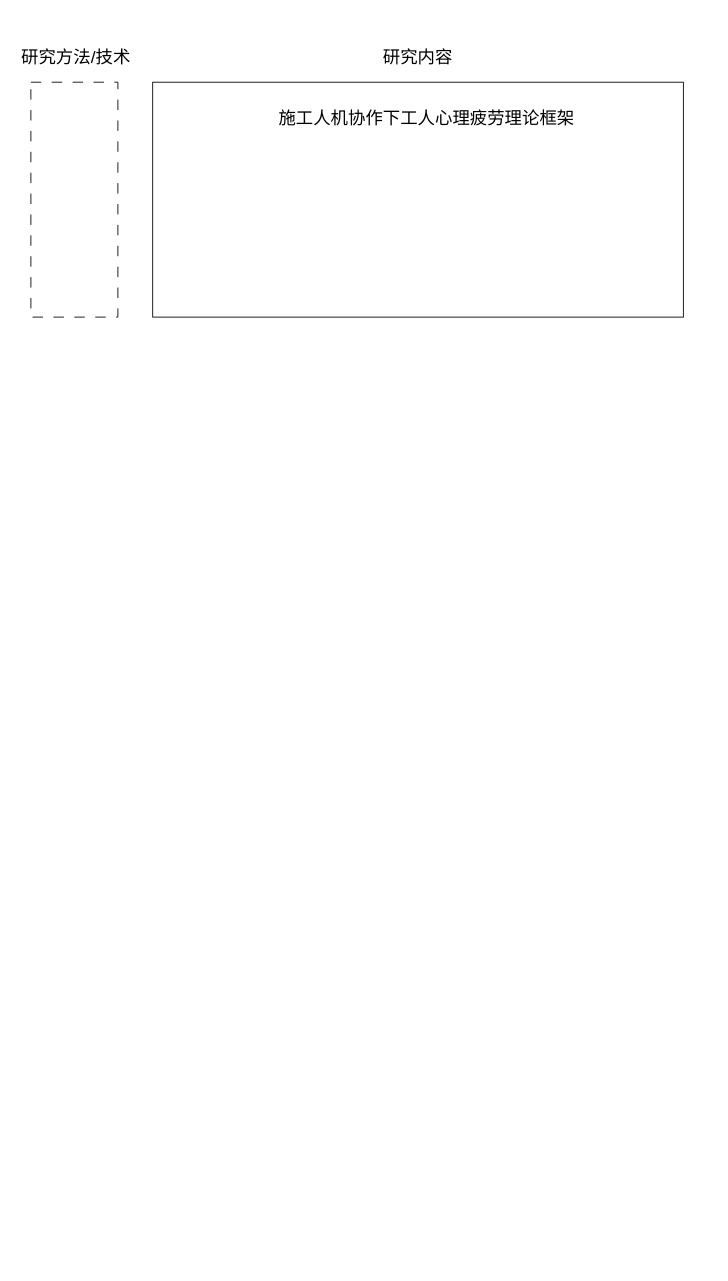
Above: 未命名绘图.drawio in Jxx5525/draw (draw.io), before the change. Source tidied: cells renumbered, new cells numbered last; positions are measured from the earlier drawing's top-left corner, leaving out a move shared by most shapes. Both pictures are drawn from the tidied source at 87%, with x=0, y=0 at pixel (15, 30).
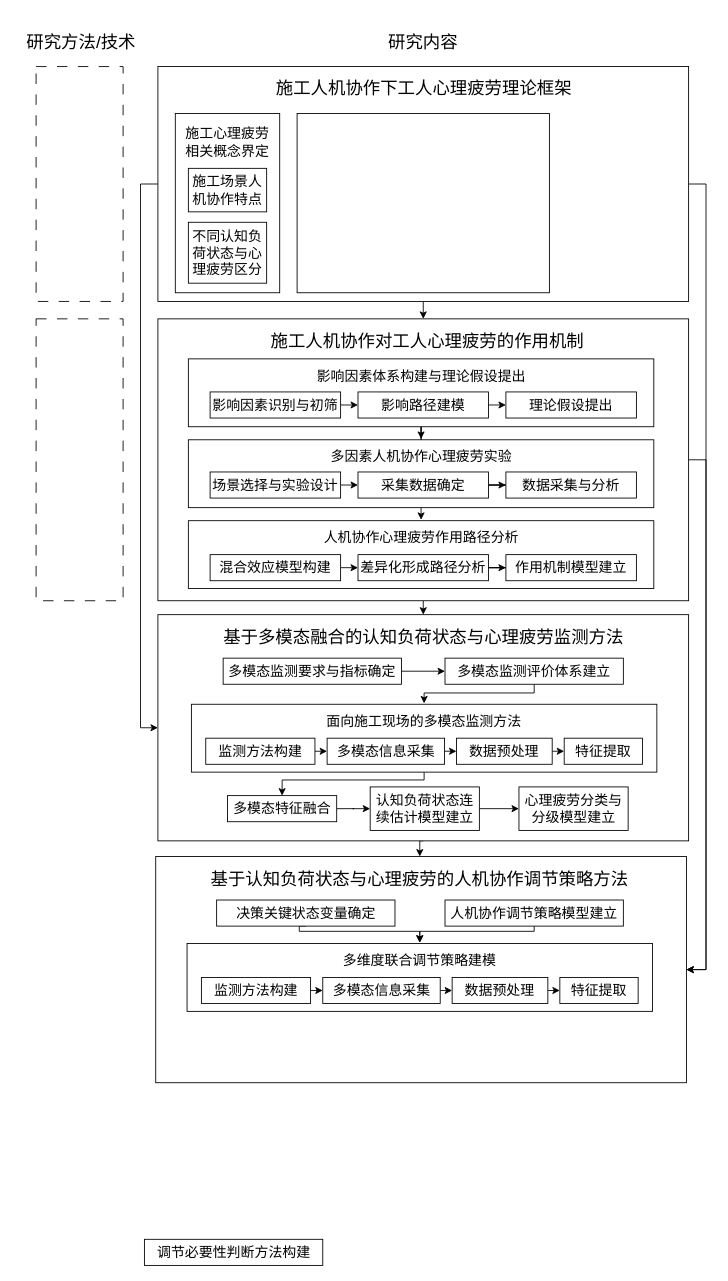
Above is the later version.

Commit message (it also covers changes not shown here):
更新未命名绘图.drawio

What changed in the source:
```diff
@@
+    <mxCell id="7" style="edgeStyle=orthogonalEdgeStyle;rounded=0;jettySize=auto;html=1;exitX=0.5;exitY=1;exitDx=0;exitDy=0;entryX=0.5;entryY=0;entryDx=0;entryDy=0;" parent="1" edge="1" source="2" target="17">
+      <mxGeometry relative="1" as="geometry" />
+    </mxCell>
+    <mxCell id="8" style="edgeStyle=orthogonalEdgeStyle;rounded=0;jettySize=auto;html=1;exitX=0;exitY=0.5;exitDx=0;exitDy=0;entryX=0;entryY=0.5;entryDx=0;entryDy=0;" parent="1" edge="1" source="2" target="44">
+      <mxGeometry relative="1" as="geometry" />
+    </mxCell>
+    <mxCell id="9" style="edgeStyle=orthogonalEdgeStyle;rounded=0;jettySize=auto;html=1;exitX=1;exitY=0.5;exitDx=0;exitDy=0;entryX=1;entryY=0.5;entryDx=0;entryDy=0;" parent="1" edge="1" source="2" target="65">
+      <mxGeometry relative="1" as="geometry" />
+    </mxCell>
     <mxCell id="2" style="rounded=0;whiteSpace=wrap;html=1;" parent="1" vertex="1">
-      <mxGeometry x="158" y="60" width="610" height="270" as="geometry" />
+      <mxGeometry x="164" y="42" width="610" height="270" as="geometry" />
     </mxCell>
     <mxCell id="3" style="rounded=0;whiteSpace=wrap;html=1;dashed=1;dashPattern=12 12;" parent="1" vertex="1">
-      <mxGeometry x="18" y="60" width="100" height="270" as="geometry" />
+      <mxGeometry x="24" y="42" width="100" height="270" as="geometry" />
     </mxCell>
     <mxCell id="4" value="&lt;font style=&quot;font-size: 20px;&quot;&gt;研究方法/技术&lt;/font&gt;" style="rounded=0;whiteSpace=wrap;html=1;strokeColor=none;fillColor=none;" parent="1" vertex="1">
-      <mxGeometry width="140" height="60" as="geometry" />
+      <mxGeometry x="6" y="-17" width="140" height="60" as="geometry" />
     </mxCell>
     <mxCell id="5" value="&lt;font style=&quot;font-size: 20px;&quot;&gt;研究内容&lt;/font&gt;" style="rounded=0;whiteSpace=wrap;html=1;strokeColor=none;fillColor=none;" parent="1" vertex="1">
-      <mxGeometry x="403" width="120" height="60" as="geometry" />
+      <mxGeometry x="409" y="-17" width="120" height="60" as="geometry" />
     </mxCell>
     <mxCell id="6" value="&lt;div&gt;&lt;span style=&quot;font-size: 20px;&quot;&gt;施工人机协作下工人心理疲劳理论框架&lt;/span&gt;&lt;/div&gt;" style="rounded=0;whiteSpace=wrap;html=1;strokeColor=none;fillColor=none;" parent="1" vertex="1">
-      <mxGeometry x="288" y="70" width="370" height="60" as="geometry" />
+      <mxGeometry x="285" y="36" width="370" height="60" as="geometry" />
     </mxCell>
+    <mxCell id="10" style="rounded=0;whiteSpace=wrap;html=1;" parent="1" vertex="1">
+      <mxGeometry x="184" y="96" width="120" height="206" as="geometry" />
+    </mxCell>
+    <mxCell id="11" value="施工心理疲劳相关概念界定" style="rounded=0;whiteSpace=wrap;html=1;fontSize=16;fontColor=default;fillColor=none;strokeColor=none;" parent="1" vertex="1">
+      <mxGeometry x="189" y="99" width="110" height="60" as="geometry" />
+    </mxCell>
+    <mxCell id="12" value="施工场景人机协作特点" style="rounded=0;whiteSpace=wrap;html=1;fontSize=16;" parent="1" vertex="1">
+      <mxGeometry x="199" y="159" width="90" height="50" as="geometry" />
+    </mxCell>
+    <mxCell id="13" value="不同认知负荷状态与心理疲劳区分" style="rounded=0;whiteSpace=wrap;html=1;fontSize=16;" parent="1" vertex="1">
+      <mxGeometry x="199" y="221" width="90" height="70" as="geometry" />
+    </mxCell>
+    <mxCell id="14" style="rounded=0;whiteSpace=wrap;html=1;" parent="1" vertex="1">
+      <mxGeometry x="324" y="96" width="290" height="206" as="geometry" />
+    </mxCell>
+    <mxCell id="15" style="edgeStyle=orthogonalEdgeStyle;rounded=0;jettySize=auto;html=1;exitX=1;exitY=0.5;exitDx=0;exitDy=0;entryX=1;entryY=0.5;entryDx=0;entryDy=0;" parent="1" edge="1" source="17" target="65">
+      <mxGeometry relative="1" as="geometry" />
+    </mxCell>
+    <mxCell id="16" style="edgeStyle=orthogonalEdgeStyle;rounded=0;jettySize=auto;html=1;exitX=0.5;exitY=1;exitDx=0;exitDy=0;entryX=0.5;entryY=0;entryDx=0;entryDy=0;" parent="1" edge="1" source="17" target="45">
+      <mxGeometry relative="1" as="geometry" />
+    </mxCell>
+    <mxCell id="17" style="rounded=0;whiteSpace=wrap;html=1;" parent="1" vertex="1">
+      <mxGeometry x="164" y="332" width="610" height="324" as="geometry" />
+    </mxCell>
+    <mxCell id="18" style="rounded=0;whiteSpace=wrap;html=1;dashed=1;dashPattern=12 12;" parent="1" vertex="1">
+      <mxGeometry x="24" y="332" width="100" height="324" as="geometry" />
+    </mxCell>
+    <mxCell id="19" value="&lt;span style=&quot;font-size: 20px;&quot;&gt;施工人机协作对工人心理疲劳的作用机制&lt;/span&gt;" style="rounded=0;whiteSpace=wrap;html=1;strokeColor=none;fillColor=none;" parent="1" vertex="1">
+      <mxGeometry x="289" y="332" width="370" height="50" as="geometry" />
+    </mxCell>
+    <mxCell id="20" style="edgeStyle=orthogonalEdgeStyle;rounded=0;jettySize=auto;html=1;entryX=0.5;entryY=0;entryDx=0;entryDy=0;" parent="1" edge="1" source="21" target="30">
+      <mxGeometry relative="1" as="geometry" />
+    </mxCell>
+    <mxCell id="21" style="rounded=0;whiteSpace=wrap;html=1;" parent="1" vertex="1">
+      <mxGeometry x="199" y="378" width="535" height="78" as="geometry" />
+    </mxCell>
+    <mxCell id="22" style="edgeStyle=orthogonalEdgeStyle;rounded=0;jettySize=auto;html=1;exitX=1;exitY=0.5;exitDx=0;exitDy=0;entryX=0;entryY=0.5;entryDx=0;entryDy=0;" parent="1" edge="1" source="23" target="27">
+      <mxGeometry relative="1" as="geometry" />
+    </mxCell>
+    <mxCell id="23" value="影响路径建模" style="rounded=0;whiteSpace=wrap;html=1;fontSize=16;" parent="1" vertex="1">
+      <mxGeometry x="394" y="416" width="150" height="30" as="geometry" />
+    </mxCell>
+    <mxCell id="24" value="影响因素体系构建与理论假设提出" style="rounded=0;whiteSpace=wrap;html=1;fontSize=16;fillColor=none;strokeColor=none;" parent="1" vertex="1">
+      <mxGeometry x="331.5" y="378" width="270" height="40" as="geometry" />
+    </mxCell>
+    <mxCell id="25" style="edgeStyle=orthogonalEdgeStyle;rounded=0;jettySize=auto;html=1;exitX=1;exitY=0.5;exitDx=0;exitDy=0;entryX=0;entryY=0.5;entryDx=0;entryDy=0;" parent="1" edge="1" source="26" target="23">
+      <mxGeometry relative="1" as="geometry" />
+    </mxCell>
+    <mxCell id="26" value="影响因素识别与初筛" style="rounded=0;whiteSpace=wrap;html=1;fontSize=16;" parent="1" vertex="1">
+      <mxGeometry x="224" y="416" width="150" height="30" as="geometry" />
+    </mxCell>
+    <mxCell id="27" value="理论假设提出" style="rounded=0;whiteSpace=wrap;html=1;fontSize=16;" parent="1" vertex="1">
+      <mxGeometry x="564" y="416" width="150" height="30" as="geometry" />
+    </mxCell>
+    <mxCell id="28" style="edgeStyle=orthogonalEdgeStyle;rounded=0;jettySize=auto;html=1;exitX=0.5;exitY=1;exitDx=0;exitDy=0;entryX=0.5;entryY=0;entryDx=0;entryDy=0;" parent="1" edge="1" source="29" target="37">
+      <mxGeometry relative="1" as="geometry" />
+    </mxCell>
+    <mxCell id="29" style="rounded=0;whiteSpace=wrap;html=1;" parent="1" vertex="1">
+      <mxGeometry x="199" y="471" width="535" height="78" as="geometry" />
+    </mxCell>
+    <mxCell id="30" value="多因素人机协作心理疲劳实验" style="rounded=0;whiteSpace=wrap;html=1;fontSize=16;fillColor=none;strokeColor=none;" parent="1" vertex="1">
+      <mxGeometry x="331.5" y="470" width="270" height="40" as="geometry" />
+    </mxCell>
+    <mxCell id="31" value="场景选择与实验设计" style="rounded=0;whiteSpace=wrap;html=1;fontSize=16;" parent="1" vertex="1">
+      <mxGeometry x="224" y="508" width="150" height="30" as="geometry" />
+    </mxCell>
+    <mxCell id="32" style="edgeStyle=orthogonalEdgeStyle;rounded=0;jettySize=auto;html=1;exitX=1;exitY=0.5;exitDx=0;exitDy=0;" parent="1" edge="1" source="33" target="34">
+      <mxGeometry relative="1" as="geometry" />
+    </mxCell>
+    <mxCell id="33" value="采集数据确定" style="rounded=0;whiteSpace=wrap;html=1;fontSize=16;" parent="1" vertex="1">
+      <mxGeometry x="394" y="508" width="150" height="30" as="geometry" />
+    </mxCell>
+    <mxCell id="34" value="数据采集与分析" style="rounded=0;whiteSpace=wrap;html=1;fontSize=16;" parent="1" vertex="1">
+      <mxGeometry x="564" y="508" width="150" height="30" as="geometry" />
+    </mxCell>
+    <mxCell id="35" style="edgeStyle=orthogonalEdgeStyle;rounded=0;jettySize=auto;html=1;exitX=1;exitY=0.5;exitDx=0;exitDy=0;entryX=0;entryY=0.5;entryDx=0;entryDy=0;" parent="1" edge="1" source="31" target="33">
+      <mxGeometry relative="1" as="geometry" />
+    </mxCell>
+    <mxCell id="36" style="rounded=0;whiteSpace=wrap;html=1;" parent="1" vertex="1">
+      <mxGeometry x="199" y="564" width="535" height="78" as="geometry" />
+    </mxCell>
+    <mxCell id="37" value="人机协作心理疲劳作用路径分析" style="rounded=0;whiteSpace=wrap;html=1;fontSize=16;fillColor=none;strokeColor=none;" parent="1" vertex="1">
+      <mxGeometry x="331.5" y="563" width="270" height="40" as="geometry" />
+    </mxCell>
+    <mxCell id="38" style="edgeStyle=orthogonalEdgeStyle;rounded=0;jettySize=auto;html=1;exitX=1;exitY=0.5;exitDx=0;exitDy=0;entryX=0;entryY=0.5;entryDx=0;entryDy=0;" parent="1" edge="1" source="39" target="41">
+      <mxGeometry relative="1" as="geometry" />
+    </mxCell>
+    <mxCell id="39" value="混合效应模型构建" style="rounded=0;whiteSpace=wrap;html=1;fontSize=16;" parent="1" vertex="1">
+      <mxGeometry x="224" y="603" width="150" height="30" as="geometry" />
+    </mxCell>
+    <mxCell id="40" style="edgeStyle=orthogonalEdgeStyle;rounded=0;jettySize=auto;html=1;exitX=1;exitY=0.5;exitDx=0;exitDy=0;" parent="1" edge="1" source="41" target="42">
+      <mxGeometry relative="1" as="geometry" />
+    </mxCell>
+    <mxCell id="41" value="差异化形成路径分析" style="rounded=0;whiteSpace=wrap;html=1;fontSize=16;" parent="1" vertex="1">
+      <mxGeometry x="394" y="603" width="150" height="30" as="geometry" />
+    </mxCell>
+    <mxCell id="42" value="作用机制模型建立" style="rounded=0;whiteSpace=wrap;html=1;fontSize=16;" parent="1" vertex="1">
+      <mxGeometry x="564" y="603" width="150" height="30" as="geometry" />
+    </mxCell>
+    <mxCell id="43" style="edgeStyle=orthogonalEdgeStyle;rounded=0;jettySize=auto;html=1;exitX=0.5;exitY=1;exitDx=0;exitDy=0;entryX=0.5;entryY=0;entryDx=0;entryDy=0;" parent="1" edge="1" source="44" target="66">
+      <mxGeometry relative="1" as="geometry" />
+    </mxCell>
+    <mxCell id="44" style="rounded=0;whiteSpace=wrap;html=1;" parent="1" vertex="1">
+      <mxGeometry x="164" y="672" width="610" height="260" as="geometry" />
+    </mxCell>
+    <mxCell id="45" value="&lt;span style=&quot;font-size: 20px;&quot;&gt;基于多模态融合的认知负荷状态与心理疲劳监测方法&lt;/span&gt;" style="rounded=0;whiteSpace=wrap;html=1;strokeColor=none;fillColor=none;" parent="1" vertex="1">
+      <mxGeometry x="231.5" y="672" width="475" height="50" as="geometry" />
+    </mxCell>
+    <mxCell id="46" style="edgeStyle=orthogonalEdgeStyle;rounded=0;jettySize=auto;html=1;exitX=1;exitY=0.5;exitDx=0;exitDy=0;entryX=0;entryY=0.5;entryDx=0;entryDy=0;" parent="1" edge="1" source="47" target="49">
+      <mxGeometry relative="1" as="geometry" />
+    </mxCell>
+    <mxCell id="47" value="多模态监测要求与指标确定" style="rounded=0;whiteSpace=wrap;html=1;fontSize=16;" parent="1" vertex="1">
+      <mxGeometry x="239" y="722" width="205" height="30" as="geometry" />
+    </mxCell>
+    <mxCell id="48" style="edgeStyle=orthogonalEdgeStyle;rounded=0;jettySize=auto;html=1;exitX=0.5;exitY=1;exitDx=0;exitDy=0;entryX=0.5;entryY=0;entryDx=0;entryDy=0;" parent="1" edge="1" source="49" target="52">
+      <mxGeometry relative="1" as="geometry">
+        <Array as="points">
+          <mxPoint x="596.5" y="762" />
+          <mxPoint x="470" y="762" />
+        </Array>
+      </mxGeometry>
+    </mxCell>
+    <mxCell id="49" value="多模态监测评价体系建立" style="rounded=0;whiteSpace=wrap;html=1;fontSize=16;" parent="1" vertex="1">
+      <mxGeometry x="494" y="722" width="205" height="30" as="geometry" />
+    </mxCell>
+    <mxCell id="50" style="edgeStyle=orthogonalEdgeStyle;rounded=0;jettySize=auto;html=1;exitX=0.5;exitY=1;exitDx=0;exitDy=0;entryX=0.5;entryY=0;entryDx=0;entryDy=0;" parent="1" edge="1" source="51" target="61">
+      <mxGeometry relative="1" as="geometry">
+        <Array as="points">
+          <mxPoint x="470" y="862" />
+          <mxPoint x="306.8" y="862" />
+        </Array>
+      </mxGeometry>
+    </mxCell>
+    <mxCell id="51" style="rounded=0;whiteSpace=wrap;html=1;" parent="1" vertex="1">
+      <mxGeometry x="202.5" y="775" width="535" height="78" as="geometry" />
+    </mxCell>
+    <mxCell id="52" value="面向施工现场的多模态监测方法" style="rounded=0;whiteSpace=wrap;html=1;fontSize=16;fillColor=none;strokeColor=none;" parent="1" vertex="1">
+      <mxGeometry x="335" y="774" width="270" height="40" as="geometry" />
+    </mxCell>
+    <mxCell id="53" style="edgeStyle=orthogonalEdgeStyle;rounded=0;jettySize=auto;html=1;exitX=1;exitY=0.5;exitDx=0;exitDy=0;entryX=0;entryY=0.5;entryDx=0;entryDy=0;" parent="1" edge="1" source="54" target="56">
+      <mxGeometry relative="1" as="geometry" />
+    </mxCell>
+    <mxCell id="54" value="多模态信息采集" style="rounded=0;whiteSpace=wrap;html=1;fontSize=16;" parent="1" vertex="1">
+      <mxGeometry x="358.5" y="814" width="135" height="30" as="geometry" />
+    </mxCell>
+    <mxCell id="55" style="edgeStyle=orthogonalEdgeStyle;rounded=0;jettySize=auto;html=1;exitX=1;exitY=0.5;exitDx=0;exitDy=0;entryX=0;entryY=0.5;entryDx=0;entryDy=0;" parent="1" edge="1" source="56" target="57">
+      <mxGeometry relative="1" as="geometry" />
+    </mxCell>
+    <mxCell id="56" value="数据预处理" style="rounded=0;whiteSpace=wrap;html=1;fontSize=16;" parent="1" vertex="1">
+      <mxGeometry x="507.2" y="814" width="110" height="30" as="geometry" />
+    </mxCell>
+    <mxCell id="57" value="特征提取" style="rounded=0;whiteSpace=wrap;html=1;fontSize=16;" parent="1" vertex="1">
+      <mxGeometry x="631" y="814" width="90" height="30" as="geometry" />
+    </mxCell>
+    <mxCell id="58" style="edgeStyle=orthogonalEdgeStyle;rounded=0;jettySize=auto;html=1;exitX=1;exitY=0.5;exitDx=0;exitDy=0;entryX=0;entryY=0.5;entryDx=0;entryDy=0;" parent="1" edge="1" source="59" target="54">
+      <mxGeometry relative="1" as="geometry" />
+    </mxCell>
+    <mxCell id="59" value="监测方法构建" style="rounded=0;whiteSpace=wrap;html=1;fontSize=16;" parent="1" vertex="1">
+      <mxGeometry x="219" y="814" width="125.5" height="30" as="geometry" />
+    </mxCell>
+    <mxCell id="60" style="edgeStyle=orthogonalEdgeStyle;rounded=0;jettySize=auto;html=1;exitX=1;exitY=0.5;exitDx=0;exitDy=0;" parent="1" edge="1" source="61" target="64">
+      <mxGeometry relative="1" as="geometry" />
+    </mxCell>
+    <mxCell id="61" value="多模态特征融合" style="rounded=0;whiteSpace=wrap;html=1;fontSize=16;" parent="1" vertex="1">
+      <mxGeometry x="244" y="880" width="125.5" height="30" as="geometry" />
+    </mxCell>
+    <mxCell id="62" value="心理疲劳分类与分级模型建立" style="rounded=0;whiteSpace=wrap;html=1;fontSize=16;" parent="1" vertex="1">
+      <mxGeometry x="579" y="870" width="125.5" height="50" as="geometry" />
+    </mxCell>
+    <mxCell id="63" style="edgeStyle=orthogonalEdgeStyle;rounded=0;jettySize=auto;html=1;exitX=1;exitY=0.5;exitDx=0;exitDy=0;" parent="1" edge="1" source="64" target="62">
+      <mxGeometry relative="1" as="geometry" />
+    </mxCell>
+    <mxCell id="64" value="认知负荷状态连续估计模型建立" style="rounded=0;whiteSpace=wrap;html=1;fontSize=16;" parent="1" vertex="1">
+      <mxGeometry x="408" y="870" width="125.5" height="50" as="geometry" />
+    </mxCell>
+    <mxCell id="65" style="rounded=0;whiteSpace=wrap;html=1;" parent="1" vertex="1">
+      <mxGeometry x="161.5" y="950" width="610" height="260" as="geometry" />
+    </mxCell>
+    <mxCell id="66" value="&lt;span style=&quot;font-size: 20px;&quot;&gt;基于认知负荷状态与心理疲劳的人机协作调节策略方法&lt;/span&gt;" style="rounded=0;whiteSpace=wrap;html=1;strokeColor=none;fillColor=none;" parent="1" vertex="1">
+      <mxGeometry x="219" y="950" width="492" height="50" as="geometry" />
+    </mxCell>
+    <mxCell id="67" style="edgeStyle=orthogonalEdgeStyle;rounded=0;jettySize=auto;html=1;exitX=0.5;exitY=1;exitDx=0;exitDy=0;" parent="1" edge="1" source="68" target="72">
+      <mxGeometry relative="1" as="geometry">
+        <Array as="points">
+          <mxPoint x="326.5" y="1036" />
+          <mxPoint x="465" y="1036" />
+        </Array>
+      </mxGeometry>
+    </mxCell>
+    <mxCell id="68" value="决策关键状态变量确定" style="rounded=0;whiteSpace=wrap;html=1;fontSize=16;" parent="1" vertex="1">
+      <mxGeometry x="231.5" y="1000" width="205" height="30" as="geometry" />
+    </mxCell>
+    <mxCell id="69" style="edgeStyle=orthogonalEdgeStyle;rounded=0;jettySize=auto;html=1;exitX=0.5;exitY=1;exitDx=0;exitDy=0;entryX=0.5;entryY=0;entryDx=0;entryDy=0;" parent="1" edge="1" source="70" target="72">
+      <mxGeometry relative="1" as="geometry">
+        <Array as="points">
+          <mxPoint x="596.5" y="1036" />
+          <mxPoint x="465" y="1036" />
+        </Array>
+      </mxGeometry>
+    </mxCell>
+    <mxCell id="70" value="人机协作调节策略模型建立" style="rounded=0;whiteSpace=wrap;html=1;fontSize=16;" parent="1" vertex="1">
+      <mxGeometry x="494" y="1000" width="205" height="30" as="geometry" />
+    </mxCell>
+    <mxCell id="71" style="rounded=0;whiteSpace=wrap;html=1;" parent="1" vertex="1">
+      <mxGeometry x="197.5" y="1050" width="535" height="78" as="geometry" />
+    </mxCell>
+    <mxCell id="72" value="多维度联合调节策略建模" style="rounded=0;whiteSpace=wrap;html=1;fontSize=16;fillColor=none;strokeColor=none;" parent="1" vertex="1">
+      <mxGeometry x="330" y="1049" width="270" height="40" as="geometry" />
+    </mxCell>
+    <mxCell id="73" style="edgeStyle=orthogonalEdgeStyle;rounded=0;jettySize=auto;html=1;exitX=1;exitY=0.5;exitDx=0;exitDy=0;entryX=0;entryY=0.5;entryDx=0;entryDy=0;" parent="1" edge="1" source="74" target="76">
+      <mxGeometry relative="1" as="geometry" />
+    </mxCell>
+    <mxCell id="74" value="多模态信息采集" style="rounded=0;whiteSpace=wrap;html=1;fontSize=16;" parent="1" vertex="1">
+      <mxGeometry x="353.5" y="1089" width="135" height="30" as="geometry" />
+    </mxCell>
+    <mxCell id="75" style="edgeStyle=orthogonalEdgeStyle;rounded=0;jettySize=auto;html=1;exitX=1;exitY=0.5;exitDx=0;exitDy=0;entryX=0;entryY=0.5;entryDx=0;entryDy=0;" parent="1" edge="1" source="76" target="77">
+      <mxGeometry relative="1" as="geometry" />
+    </mxCell>
+    <mxCell id="76" value="数据预处理" style="rounded=0;whiteSpace=wrap;html=1;fontSize=16;" parent="1" vertex="1">
+      <mxGeometry x="502.2" y="1089" width="110" height="30" as="geometry" />
+    </mxCell>
+    <mxCell id="77" value="特征提取" style="rounded=0;whiteSpace=wrap;html=1;fontSize=16;" parent="1" vertex="1">
+      <mxGeometry x="626" y="1089" width="90" height="30" as="geometry" />
+    </mxCell>
+    <mxCell id="78" style="edgeStyle=orthogonalEdgeStyle;rounded=0;jettySize=auto;html=1;exitX=1;exitY=0.5;exitDx=0;exitDy=0;entryX=0;entryY=0.5;entryDx=0;entryDy=0;" parent="1" edge="1" source="79" target="74">
+      <mxGeometry relative="1" as="geometry" />
+    </mxCell>
+    <mxCell id="79" value="监测方法构建" style="rounded=0;whiteSpace=wrap;html=1;fontSize=16;" parent="1" vertex="1">
+      <mxGeometry x="214" y="1089" width="125.5" height="30" as="geometry" />
+    </mxCell>
+    <mxCell id="80" value="调节必要性判断方法构建" style="rounded=0;whiteSpace=wrap;html=1;fontSize=16;" parent="1" vertex="1">
+      <mxGeometry x="148.5" y="1390" width="205" height="30" as="geometry" />
+    </mxCell>
```
